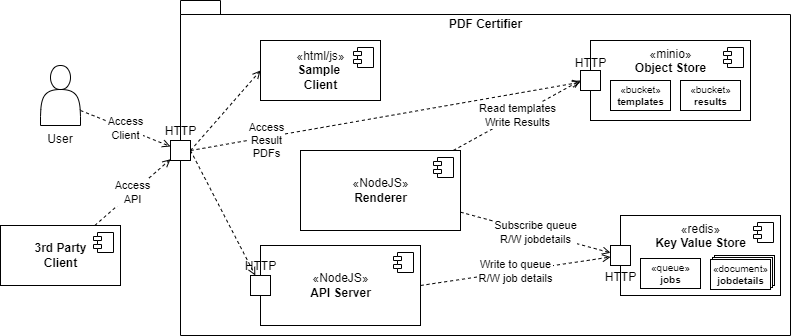
Before: doc/box-view-L1-whitebox.drawio.png, a diagram exported from draw.io (PapaBravo/certify-pdfs). Source tidied: cells renumbered, new cells last; positions are measured from the earlier drawing's top-left corner, leaving out a move shared by most shapes.
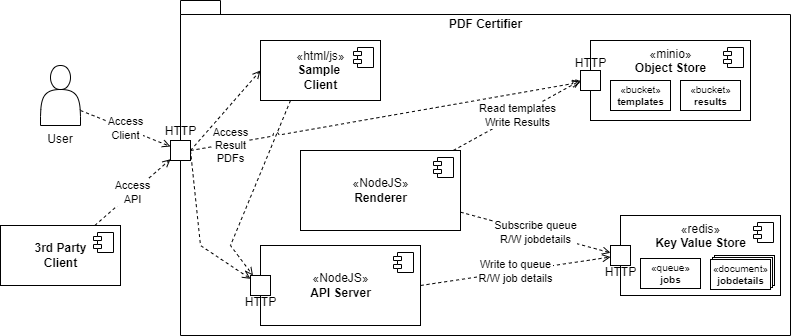
The same diagram one commit later.

The edit, as a diff of the source:
```diff
@@ -6,11 +6,12 @@
       <mxGeometry x="180" width="610" height="335" as="geometry" />
     </mxCell>
     <mxCell id="3" style="edgeStyle=none;rounded=0;jettySize=auto;html=1;exitX=1;exitY=0.5;exitDx=0;exitDy=0;dashed=1;endArrow=open;endFill=0;" parent="2" edge="1" source="5" target="8">
-      <mxGeometry relative="1" as="geometry" />
+      <mxGeometry relative="1" as="geometry">
+        <Array as="points">
+          <mxPoint x="20" y="245" />
+        </Array>
+      </mxGeometry>
     </mxCell>
-    <mxCell id="4" value="Access&lt;br&gt;Result&lt;br&gt;PDFs" style="edgeStyle=none;rounded=0;jettySize=auto;html=1;exitX=1;exitY=0.5;exitDx=0;exitDy=0;dashed=1;endArrow=open;endFill=0;" parent="2" edge="1" source="5" target="13">
-      <mxGeometry x="-0.61" y="-3" relative="1" as="geometry" />
-    </mxCell>
     <mxCell id="5" value="HTTP" style="html=1;labelPosition=center;verticalLabelPosition=top;align=center;verticalAlign=bottom;" parent="2" vertex="1">
       <mxGeometry x="-10" y="140" width="20" height="20" as="geometry" />
     </mxCell>
@@ -22,7 +23,7 @@
         <mxPoint x="-27" y="7" as="offset" />
       </mxGeometry>
     </mxCell>
-    <mxCell id="8" value="HTTP" style="html=1;labelPosition=center;verticalLabelPosition=top;align=center;verticalAlign=bottom;" parent="6" vertex="1">
+    <mxCell id="8" value="HTTP" style="html=1;labelPosition=center;verticalLabelPosition=bottom;align=center;verticalAlign=top;spacing=0;spacingTop=-5;" parent="6" vertex="1">
       <mxGeometry x="-10" y="30" width="20" height="20" as="geometry" />
     </mxCell>
     <mxCell id="9" value="«minio»&lt;br&gt;&lt;b&gt;Object Store&lt;/b&gt;" style="html=1;verticalAlign=top;" parent="2" vertex="1">
@@ -61,7 +62,7 @@
         <mxPoint x="-27" y="7" as="offset" />
       </mxGeometry>
     </mxCell>
-    <mxCell id="19" value="HTTP" style="html=1;labelPosition=center;verticalLabelPosition=bottom;align=center;verticalAlign=top;spacing=0;" parent="17" vertex="1">
+    <mxCell id="19" value="HTTP" style="html=1;labelPosition=center;verticalLabelPosition=bottom;align=center;verticalAlign=top;spacing=0;spacingTop=-5;" parent="17" vertex="1">
       <mxGeometry x="-10" y="30" width="20" height="20" as="geometry" />
     </mxCell>
     <mxCell id="20" value="«queue»&lt;br style=&quot;font-size: 10px;&quot;&gt;&lt;b style=&quot;font-size: 10px;&quot;&gt;jobs&lt;/b&gt;" style="html=1;fontSize=10;" parent="17" vertex="1">
@@ -85,6 +86,13 @@
     <mxCell id="26" value="Subscribe queue&lt;br&gt;R/W jobdetails" style="edgeStyle=none;rounded=0;jettySize=auto;html=1;dashed=1;endArrow=open;endFill=0;" parent="2" edge="1" source="15" target="19">
       <mxGeometry relative="1" as="geometry" />
     </mxCell>
+    <mxCell id="35" style="rounded=0;jettySize=auto;html=1;exitX=0.25;exitY=1;exitDx=0;exitDy=0;endArrow=open;dashed=1;endFill=0;" parent="2" edge="1" source="27" target="8">
+      <mxGeometry relative="1" as="geometry">
+        <Array as="points">
+          <mxPoint x="50" y="245" />
+        </Array>
+      </mxGeometry>
+    </mxCell>
     <mxCell id="27" value="«html/js»&lt;br&gt;&lt;b&gt;Sample &lt;br&gt;Client&lt;/b&gt;" style="html=1;" parent="2" vertex="1">
       <mxGeometry x="80" y="40" width="120" height="60" as="geometry" />
     </mxCell>
@@ -96,6 +104,9 @@
     <mxCell id="29" style="edgeStyle=none;rounded=0;jettySize=auto;html=1;entryX=0;entryY=0.5;entryDx=0;entryDy=0;dashed=1;endArrow=open;endFill=0;exitX=1;exitY=0.5;exitDx=0;exitDy=0;" parent="2" edge="1" source="5" target="27">
       <mxGeometry relative="1" as="geometry" />
     </mxCell>
+    <mxCell id="4" value="Access&lt;br&gt;Result&lt;br&gt;PDFs" style="edgeStyle=none;rounded=0;jettySize=auto;html=1;exitX=1;exitY=0.5;exitDx=0;exitDy=0;dashed=1;endArrow=open;endFill=0;jumpStyle=arc;" parent="2" edge="1" source="5" target="13">
+      <mxGeometry x="-0.8" y="-2" relative="1" as="geometry" />
+    </mxCell>
     <mxCell id="30" value="Access&lt;br&gt;Client" style="edgeStyle=none;rounded=0;jettySize=auto;html=1;exitX=1;exitY=0.75;exitDx=0;exitDy=0;dashed=1;endArrow=open;endFill=0;" parent="1" edge="1" source="31" target="5">
       <mxGeometry relative="1" as="geometry" />
     </mxCell>
```
